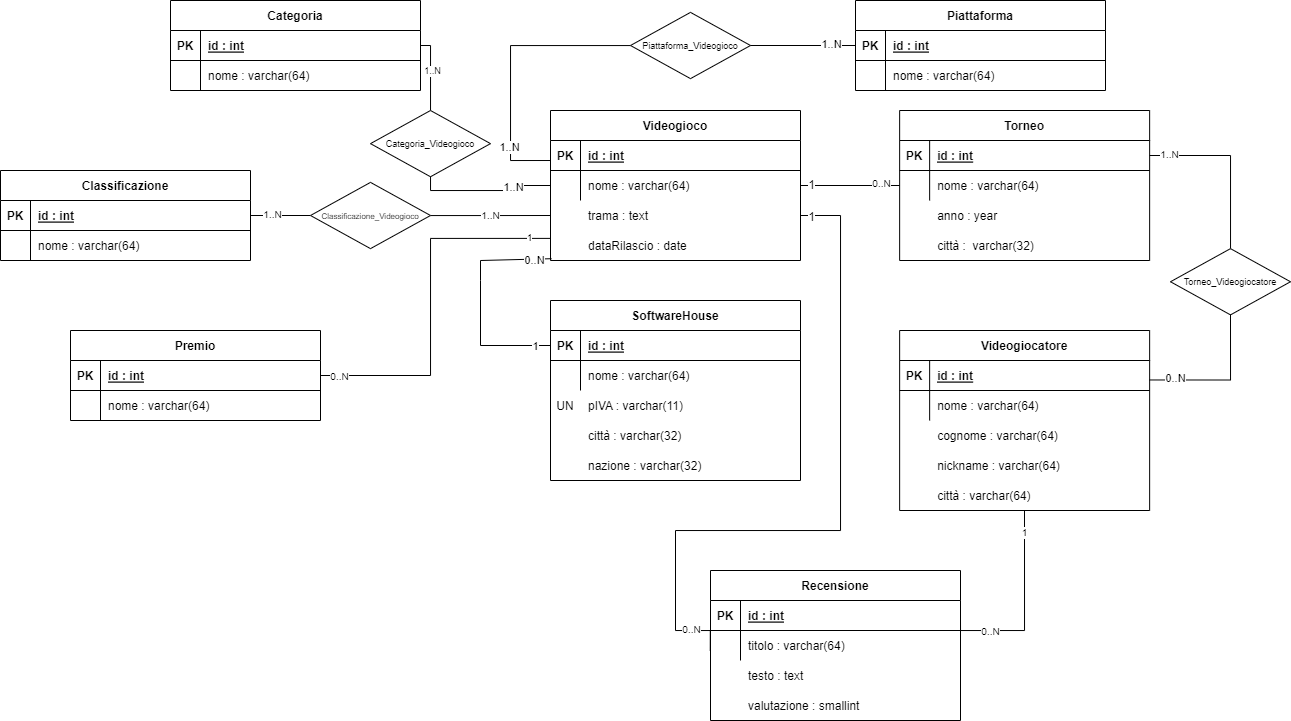
This is videogames.drawio.png from ErJump/db-videogames, a draw.io export, as it was before one commit. Source tidied: cells renumbered, new cells last; positions are measured from the earlier drawing's top-left corner, leaving out a move shared by most shapes.
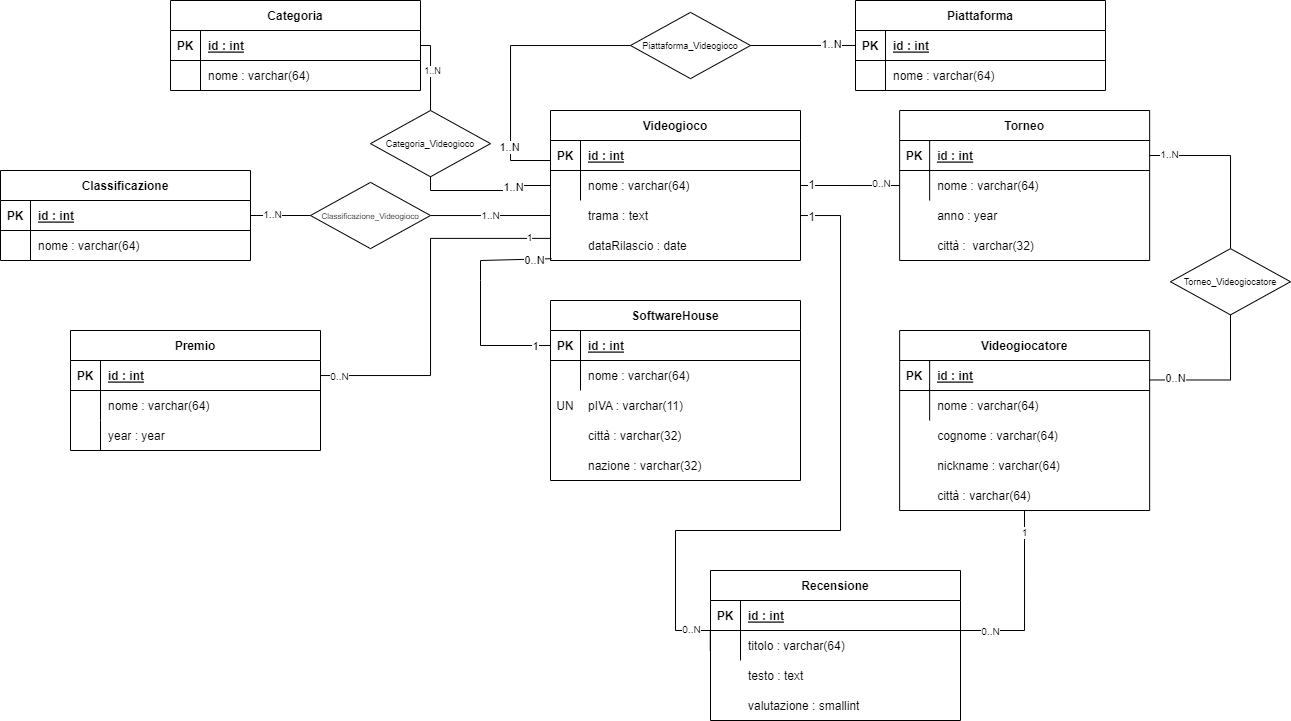
Above is the later version.

The edit, as a diff of the source:
```diff
@@ -395,7 +395,7 @@
       </mxGeometry>
     </mxCell>
     <mxCell id="115" value="Premio" style="shape=table;startSize=30;rowLines=0;fontStyle=1;align=center;" parent="1" vertex="1">
-      <mxGeometry x="70" y="330" width="250" height="90" as="geometry" />
+      <mxGeometry x="70" y="330" width="250" height="120" as="geometry" />
     </mxCell>
     <mxCell id="116" style="shape=partialRectangle;fillColor=none;points=[[0,0.5],[1,0.5]];portConstraint=eastwest;top=0;left=0;right=0;bottom=1;" parent="115" vertex="1">
       <mxGeometry y="30" width="250" height="30" as="geometry" />
@@ -406,13 +406,22 @@
     <mxCell id="118" value="id : int" style="shape=partialRectangle;overflow=hidden;fillColor=none;top=0;left=0;bottom=0;right=0;align=left;spacingLeft=6;fontStyle=5;" parent="116" vertex="1">
       <mxGeometry x="30" width="220" height="30" as="geometry" />
     </mxCell>
+    <mxCell id="125" style="shape=partialRectangle;fillColor=none;top=0;left=0;right=0;bottom=0;" parent="115" vertex="1">
+      <mxGeometry y="60" width="250" height="30" as="geometry" />
+    </mxCell>
+    <mxCell id="126" style="shape=partialRectangle;overflow=hidden;fillColor=none;top=0;left=0;bottom=0;right=0;" parent="125" vertex="1">
+      <mxGeometry width="30" height="30" as="geometry" />
+    </mxCell>
+    <mxCell id="127" value="nome : varchar(64)" style="shape=partialRectangle;overflow=hidden;fillColor=none;top=0;left=0;bottom=0;right=0;align=left;spacingLeft=6;" parent="125" vertex="1">
+      <mxGeometry x="30" width="220" height="30" as="geometry" />
+    </mxCell>
     <mxCell id="119" style="shape=partialRectangle;fillColor=none;top=0;left=0;right=0;bottom=0;" parent="115" vertex="1">
-      <mxGeometry y="60" width="250" height="30" as="geometry" />
+      <mxGeometry y="90" width="250" height="30" as="geometry" />
     </mxCell>
     <mxCell id="120" style="shape=partialRectangle;overflow=hidden;fillColor=none;top=0;left=0;bottom=0;right=0;" parent="119" vertex="1">
       <mxGeometry width="30" height="30" as="geometry" />
     </mxCell>
-    <mxCell id="121" value="nome : varchar(64)" style="shape=partialRectangle;overflow=hidden;fillColor=none;top=0;left=0;bottom=0;right=0;align=left;spacingLeft=6;" parent="119" vertex="1">
+    <mxCell id="121" value="year : year" style="shape=partialRectangle;overflow=hidden;fillColor=none;top=0;left=0;bottom=0;right=0;align=left;spacingLeft=6;" parent="119" vertex="1">
       <mxGeometry x="30" width="220" height="30" as="geometry" />
     </mxCell>
     <mxCell id="122" style="edgeStyle=orthogonalEdgeStyle;rounded=0;jettySize=auto;html=1;entryX=-0.001;entryY=0.263;entryDx=0;entryDy=0;entryPerimeter=0;fontSize=8;endArrow=none;endFill=0;" parent="1" edge="1" source="116" target="15">
```
